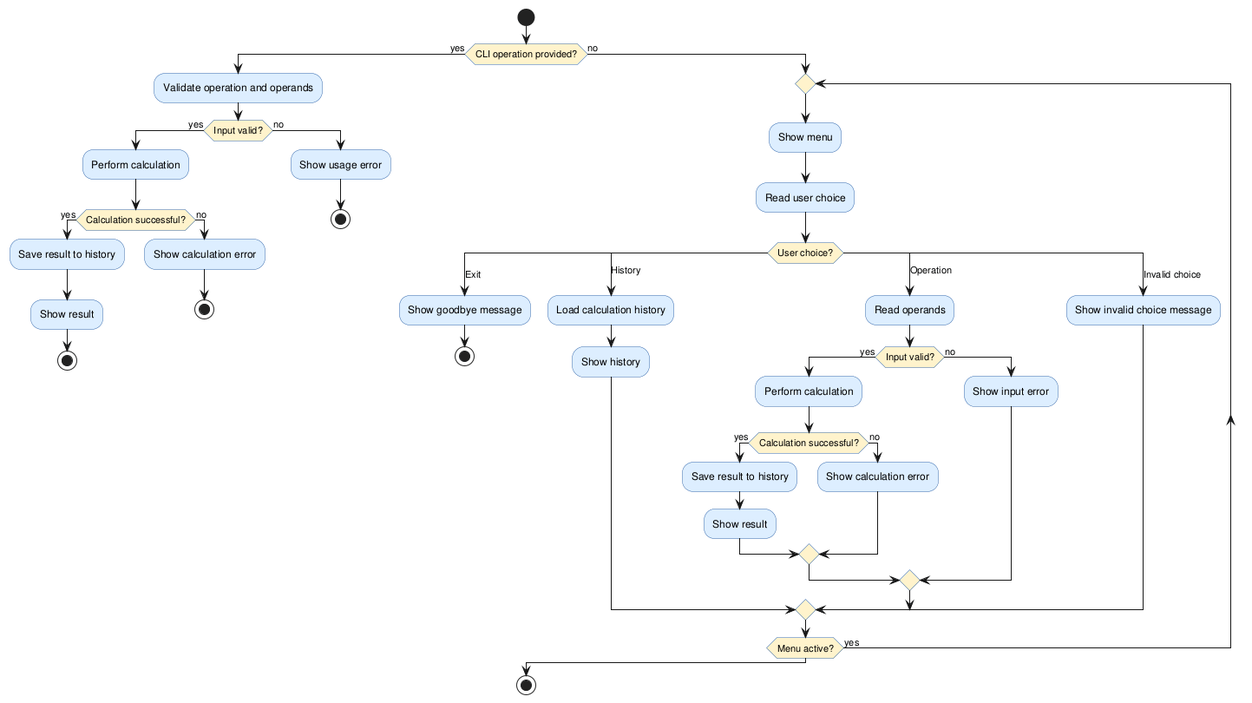
DanielRiha8906/Software_autoevolution_using_agents keeps this PlantUML diagram as experiments/supervisor_as_tools/user_stories/calculator/artifacts/activity_diagram.png. Above is the earlier version.
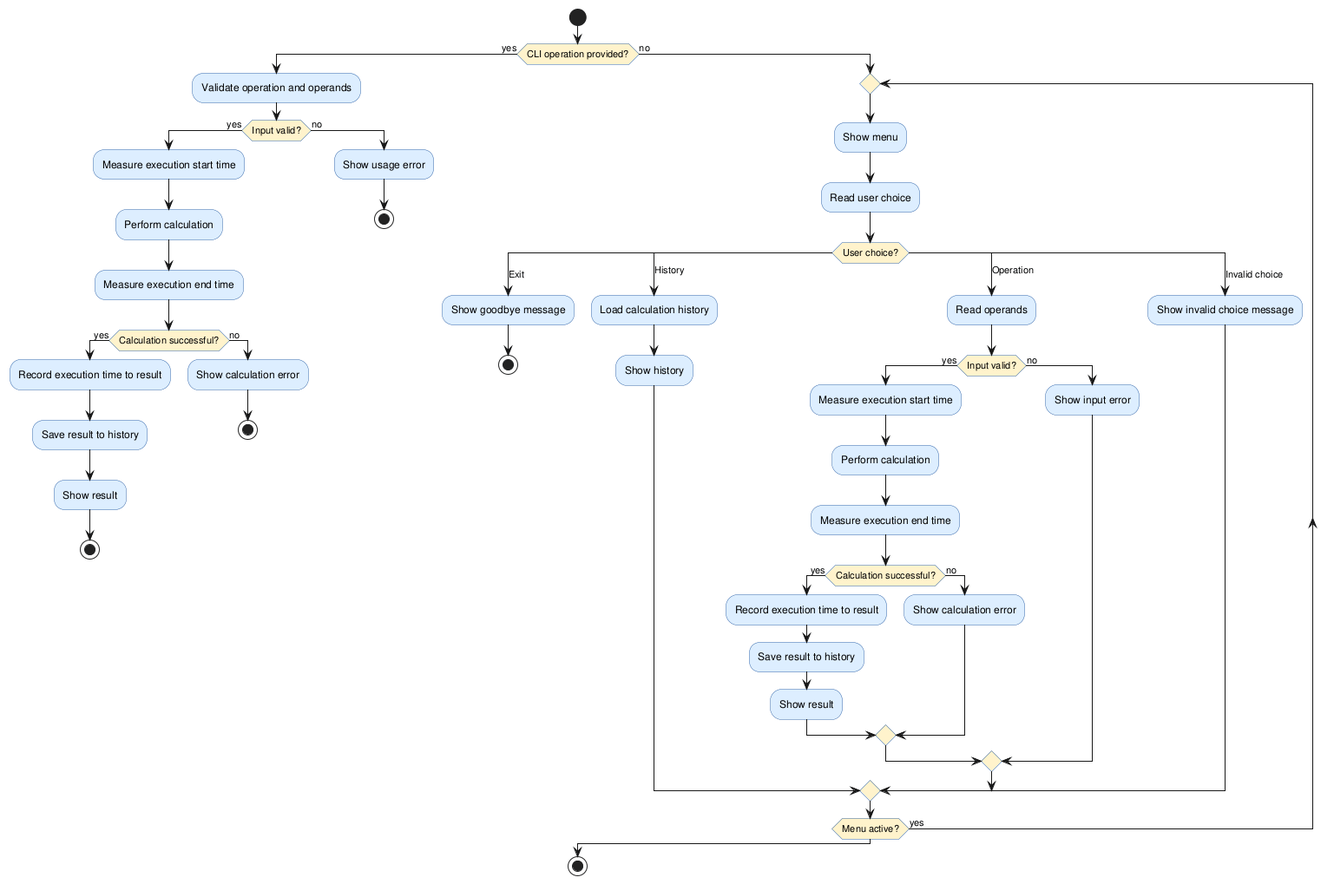
Above is the later version.

Diff of the diagram source:
```diff
@@ -11,9 +11,12 @@
   :Validate operation and operands;
 
   if (Input valid?) then (yes)
+    :Measure execution start time;
     :Perform calculation;
+    :Measure execution end time;
 
     if (Calculation successful?) then (yes)
+      :Record execution time to result;
       :Save result to history;
       :Show result;
       stop
@@ -47,9 +50,12 @@
         :Read operands;
 
         if (Input valid?) then (yes)
+          :Measure execution start time;
           :Perform calculation;
+          :Measure execution end time;
 
           if (Calculation successful?) then (yes)
+            :Record execution time to result;
             :Save result to history;
             :Show result;
           else (no)
```
